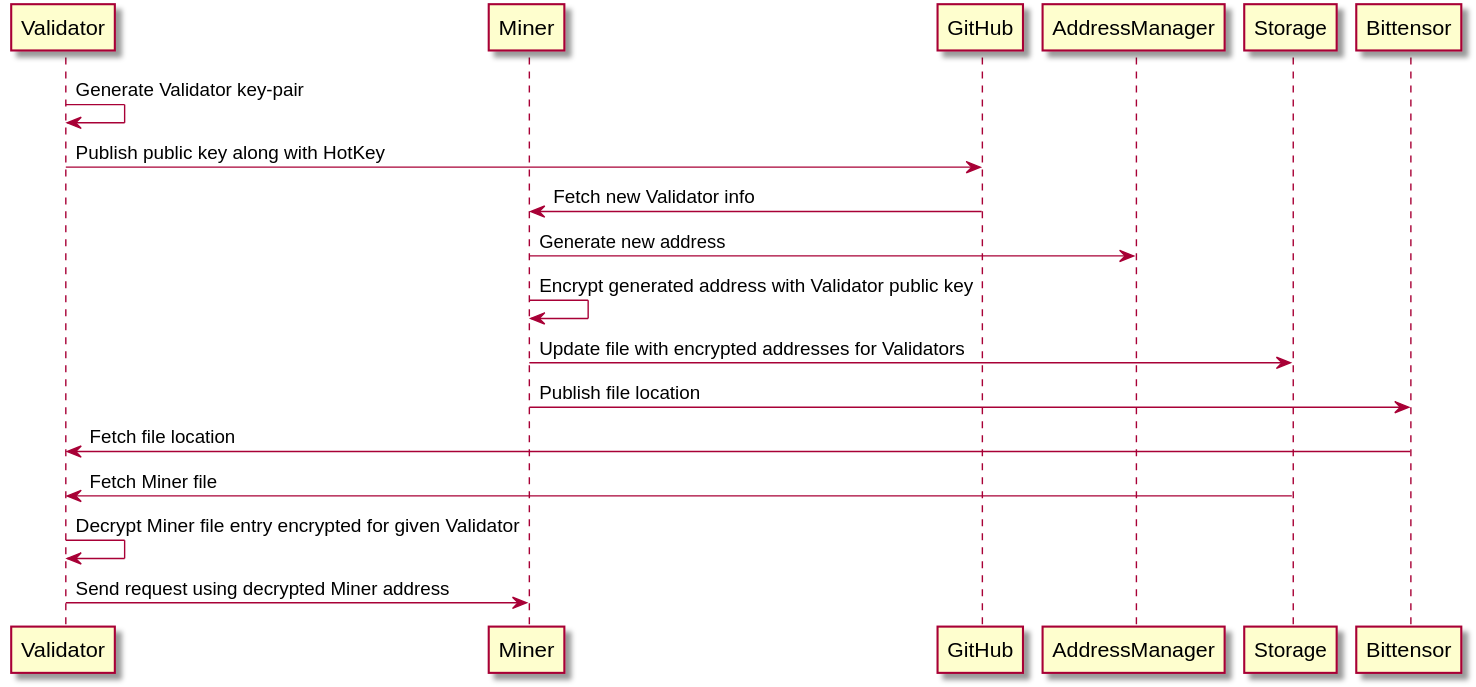
Earlier version of the PlantUML export assets/diagrams/CommunicationFlow.svg (bactensor/bt-ddos-shield).
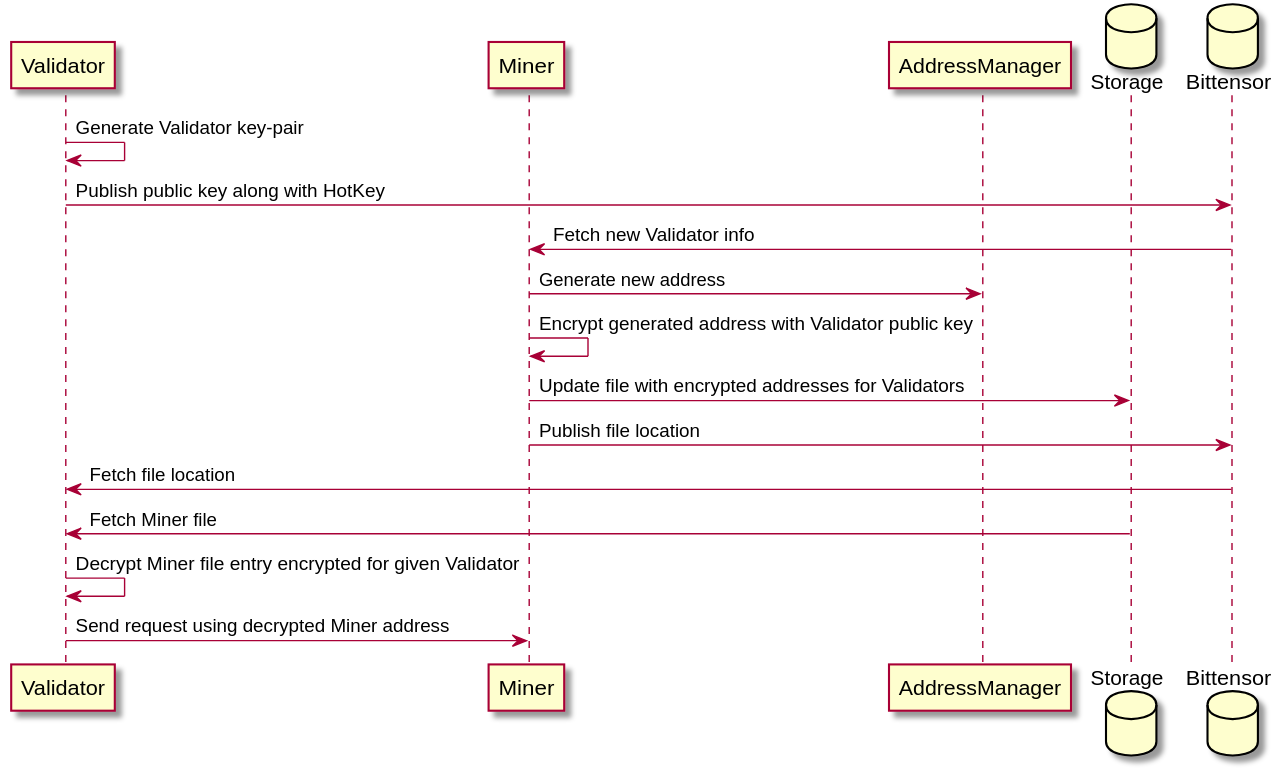
After the change.

What changed in the source:
```diff
@@ -1,13 +1,12 @@
 @startuml ./assets/diagrams/CommunicationFlow
 participant Validator
 participant Miner
-participant GitHub
 participant AddressManager
-participant Storage
-participant Bittensor
+database Storage
+database Bittensor
 Validator -> Validator: Generate Validator key-pair
-Validator -> GitHub: Publish public key along with HotKey
-GitHub -> Miner: Fetch new Validator info
+Validator -> Bittensor: Publish public key along with HotKey
+Bittensor -> Miner: Fetch new Validator info
 Miner -> AddressManager: Generate new address
 Miner -> Miner: Encrypt generated address with Validator public key
 Miner -> Storage: Update file with encrypted addresses for Validators
```
